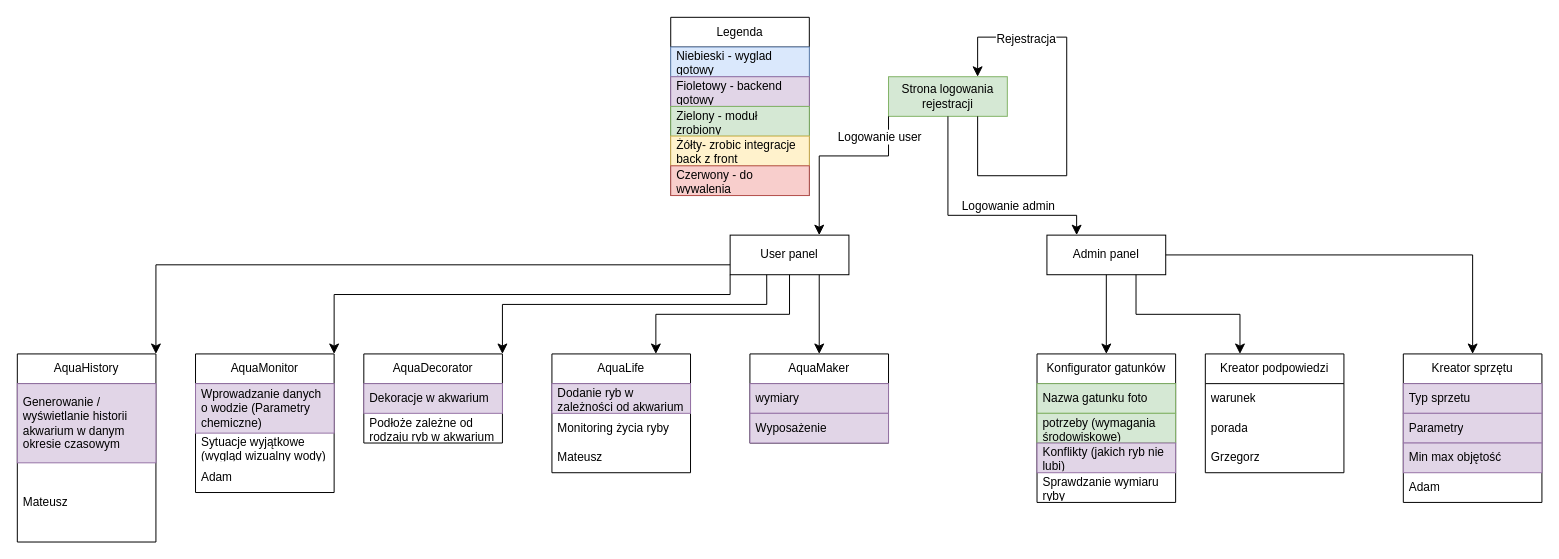
Earlier version of the draw.io diagram Dokumentacja/front flow.drawio (MrGrzesiek/AquaFriends). Source tidied: cells renumbered, new cells numbered last; positions are measured from the earlier drawing's top-left corner, leaving out a move shared by most shapes. Both pictures are drawn from the tidied source at 99%, with x=0, y=0 at pixel (17, 17).
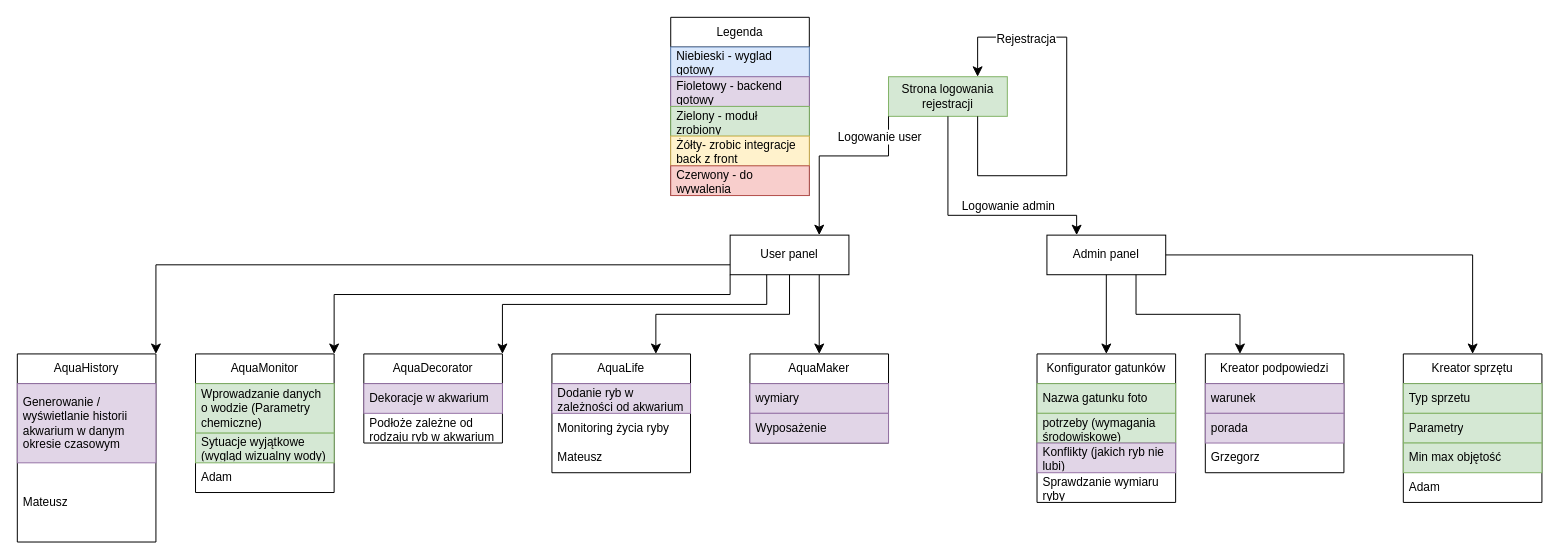
After the change.

Unchanged cells that the change refers to:
```xml
<mxCell id="17" value="Kreator podpowiedzi" style="swimlane;fontStyle=0;horizontal=1;startSize=30;whiteSpace=wrap;html=1;" parent="1" vertex="1">
  <mxGeometry x="1200" y="340" width="140" height="120" as="geometry" />
</mxCell>
<mxCell id="35" value="AquaMonitor" style="swimlane;fontStyle=0;horizontal=1;startSize=30;whiteSpace=wrap;html=1;" parent="1" vertex="1">
  <mxGeometry x="180" y="340" width="140" height="140" as="geometry" />
</mxCell>
<mxCell id="50" value="Kreator sprzętu" style="swimlane;fontStyle=0;horizontal=1;startSize=30;whiteSpace=wrap;html=1;" parent="1" vertex="1">
  <mxGeometry x="1400" y="340" width="140" height="150" as="geometry" />
</mxCell>
```

What changed in the source:
```diff
@@
-    <mxCell id="18" value="warunek" style="text;strokeColor=none;fillColor=none;align=left;verticalAlign=middle;spacingLeft=4;spacingRight=4;overflow=hidden;whiteSpace=wrap;html=1;" parent="17" vertex="1">
+    <mxCell id="18" value="warunek" style="text;strokeColor=#9673a6;fillColor=#e1d5e7;align=left;verticalAlign=middle;spacingLeft=4;spacingRight=4;overflow=hidden;whiteSpace=wrap;html=1;" parent="17" vertex="1">
       <mxGeometry y="30" width="140" height="30" as="geometry" />
     </mxCell>
-    <mxCell id="19" value="porada" style="text;strokeColor=none;fillColor=none;align=left;verticalAlign=middle;spacingLeft=4;spacingRight=4;overflow=hidden;whiteSpace=wrap;html=1;" parent="17" vertex="1">
+    <mxCell id="19" value="porada" style="text;strokeColor=#9673a6;fillColor=#e1d5e7;align=left;verticalAlign=middle;spacingLeft=4;spacingRight=4;overflow=hidden;whiteSpace=wrap;html=1;" parent="17" vertex="1">
       <mxGeometry y="60" width="140" height="30" as="geometry" />
     </mxCell>
@@
-    <mxCell id="36" value="Wprowadzanie danych o wodzie (Parametry chemiczne)" style="text;strokeColor=#9673a6;fillColor=#e1d5e7;align=left;verticalAlign=middle;spacingLeft=4;spacingRight=4;overflow=hidden;whiteSpace=wrap;html=1;" parent="35" vertex="1">
+    <mxCell id="36" value="Wprowadzanie danych o wodzie (Parametry chemiczne)" style="text;strokeColor=#82b366;fillColor=#d5e8d4;align=left;verticalAlign=middle;spacingLeft=4;spacingRight=4;overflow=hidden;whiteSpace=wrap;html=1;" parent="35" vertex="1">
       <mxGeometry y="30" width="140" height="50" as="geometry" />
     </mxCell>
-    <mxCell id="37" value="Sytuacje wyjątkowe (wygląd wizualny wody)" style="text;strokeColor=none;fillColor=none;align=left;verticalAlign=middle;spacingLeft=4;spacingRight=4;overflow=hidden;whiteSpace=wrap;html=1;" parent="35" vertex="1">
+    <mxCell id="37" value="Sytuacje wyjątkowe (wygląd wizualny wody)" style="text;strokeColor=#82b366;fillColor=#d5e8d4;align=left;verticalAlign=middle;spacingLeft=4;spacingRight=4;overflow=hidden;whiteSpace=wrap;html=1;" parent="35" vertex="1">
       <mxGeometry y="80" width="140" height="30" as="geometry" />
     </mxCell>
@@
-    <mxCell id="51" value="Typ sprzetu" style="text;strokeColor=#9673a6;fillColor=#e1d5e7;align=left;verticalAlign=middle;spacingLeft=4;spacingRight=4;overflow=hidden;whiteSpace=wrap;html=1;" parent="50" vertex="1">
+    <mxCell id="51" value="Typ sprzetu" style="text;strokeColor=#82b366;fillColor=#d5e8d4;align=left;verticalAlign=middle;spacingLeft=4;spacingRight=4;overflow=hidden;whiteSpace=wrap;html=1;" parent="50" vertex="1">
       <mxGeometry y="30" width="140" height="30" as="geometry" />
     </mxCell>
-    <mxCell id="52" value="Parametry" style="text;strokeColor=#9673a6;fillColor=#e1d5e7;align=left;verticalAlign=middle;spacingLeft=4;spacingRight=4;overflow=hidden;whiteSpace=wrap;html=1;" parent="50" vertex="1">
+    <mxCell id="52" value="Parametry" style="text;strokeColor=#82b366;fillColor=#d5e8d4;align=left;verticalAlign=middle;spacingLeft=4;spacingRight=4;overflow=hidden;whiteSpace=wrap;html=1;" parent="50" vertex="1">
       <mxGeometry y="60" width="140" height="30" as="geometry" />
     </mxCell>
-    <mxCell id="53" value="Min max objętość" style="text;strokeColor=#9673a6;fillColor=#e1d5e7;align=left;verticalAlign=middle;spacingLeft=4;spacingRight=4;overflow=hidden;whiteSpace=wrap;html=1;" parent="50" vertex="1">
+    <mxCell id="53" value="Min max objętość" style="text;strokeColor=#82b366;fillColor=#d5e8d4;align=left;verticalAlign=middle;spacingLeft=4;spacingRight=4;overflow=hidden;whiteSpace=wrap;html=1;" parent="50" vertex="1">
       <mxGeometry y="90" width="140" height="30" as="geometry" />
     </mxCell>
```
